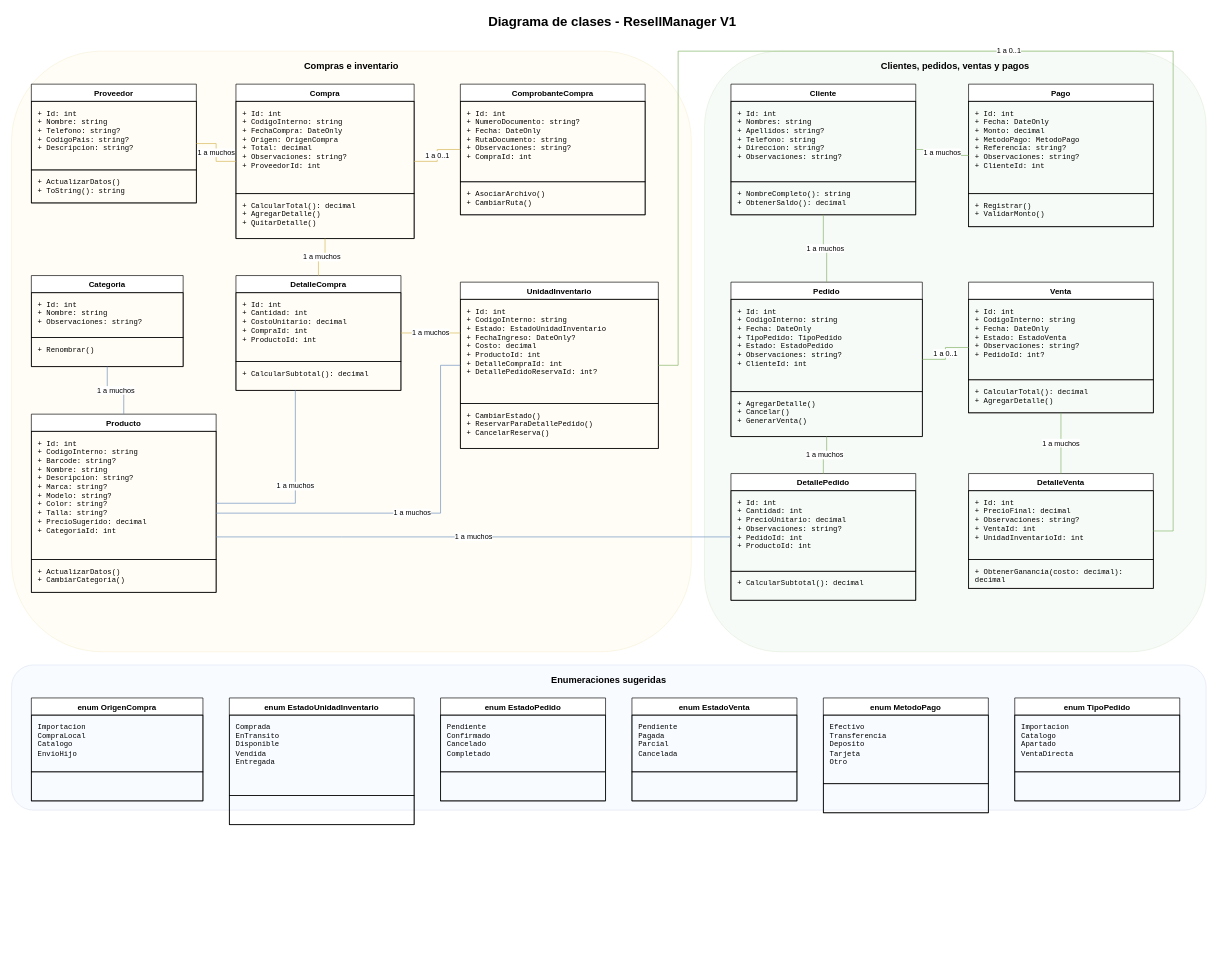
Earlier version of the draw.io diagram docs/diagrams/10_DiagramaDeClases.drawio (newton0608/ResellManager). Source tidied: cells renumbered, new cells numbered last; positions are measured from the earlier drawing's top-left corner, leaving out a move shared by most shapes. Both pictures are drawn from the tidied source at 66%, with x=0, y=0 at pixel (11, 11).
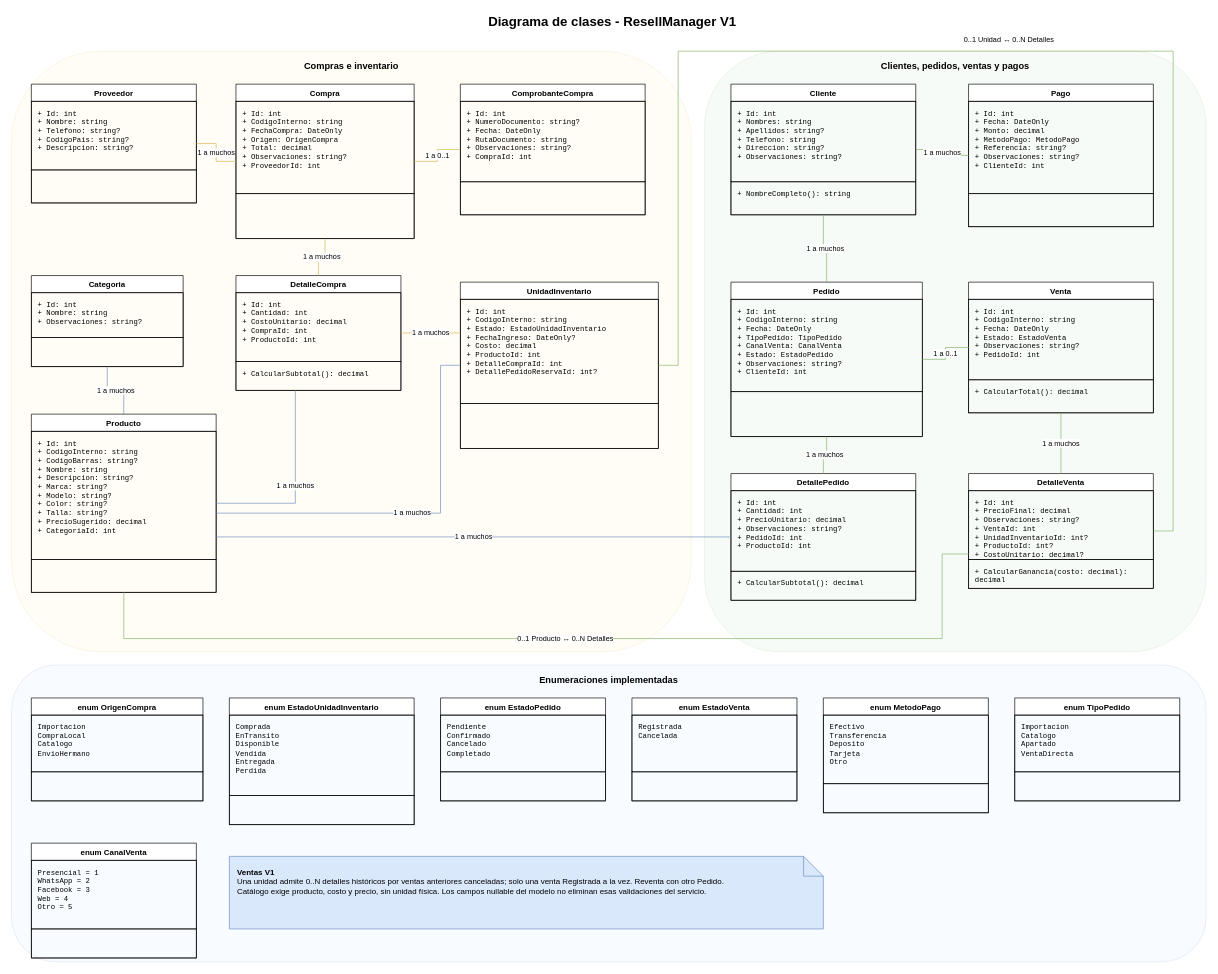
After the change.

The change refers to these unchanged cells:
```xml
<mxCell id="6" value="Proveedor" style="swimlane;fontStyle=1;align=center;verticalAlign=top;horizontal=1;startSize=26;whiteSpace=wrap;html=1;" parent="1" vertex="1">
  <mxGeometry x="30" y="110" width="250" height="180" as="geometry" />
</mxCell>
<mxCell id="9" value="Compra" style="swimlane;fontStyle=1;align=center;verticalAlign=top;horizontal=1;startSize=26;whiteSpace=wrap;html=1;" parent="1" vertex="1">
  <mxGeometry x="340" y="110" width="270" height="234" as="geometry" />
</mxCell>
<mxCell id="12" value="ComprobanteCompra" style="swimlane;fontStyle=1;align=center;verticalAlign=top;horizontal=1;startSize=26;whiteSpace=wrap;html=1;" parent="1" vertex="1">
  <mxGeometry x="680" y="110" width="280" height="198" as="geometry" />
</mxCell>
<mxCell id="18" value="Categoria" style="swimlane;fontStyle=1;align=center;verticalAlign=top;horizontal=1;startSize=26;whiteSpace=wrap;html=1;" parent="1" vertex="1">
  <mxGeometry x="30" y="400" width="230" height="138" as="geometry" />
</mxCell>
<mxCell id="21" value="Producto" style="swimlane;fontStyle=1;align=center;verticalAlign=top;horizontal=1;startSize=26;whiteSpace=wrap;html=1;" parent="1" vertex="1">
  <mxGeometry x="30" y="610" width="280" height="270" as="geometry" />
</mxCell>
<mxCell id="24" value="UnidadInventario" style="swimlane;fontStyle=1;align=center;verticalAlign=top;horizontal=1;startSize=26;whiteSpace=wrap;html=1;" parent="1" vertex="1">
  <mxGeometry x="680" y="410" width="300" height="252" as="geometry" />
</mxCell>
<mxCell id="27" value="Cliente" style="swimlane;fontStyle=1;align=center;verticalAlign=top;horizontal=1;startSize=26;whiteSpace=wrap;html=1;" parent="1" vertex="1">
  <mxGeometry x="1090" y="110" width="280" height="198" as="geometry" />
</mxCell>
<mxCell id="30" value="Pago" style="swimlane;fontStyle=1;align=center;verticalAlign=top;horizontal=1;startSize=26;whiteSpace=wrap;html=1;" parent="1" vertex="1">
  <mxGeometry x="1450" y="110" width="280" height="216" as="geometry" />
</mxCell>
<mxCell id="33" value="Pedido" style="swimlane;fontStyle=1;align=center;verticalAlign=top;horizontal=1;startSize=26;whiteSpace=wrap;html=1;" parent="1" vertex="1">
  <mxGeometry x="1090" y="410" width="290" height="234" as="geometry" />
</mxCell>
<mxCell id="36" value="Venta" style="swimlane;fontStyle=1;align=center;verticalAlign=top;horizontal=1;startSize=26;whiteSpace=wrap;html=1;" parent="1" vertex="1">
  <mxGeometry x="1450" y="410" width="280" height="198" as="geometry" />
</mxCell>
<mxCell id="42" value="DetalleVenta" style="swimlane;fontStyle=1;align=center;verticalAlign=top;horizontal=1;startSize=26;whiteSpace=wrap;html=1;" parent="1" vertex="1">
  <mxGeometry x="1450" y="700" width="280" height="174" as="geometry" />
</mxCell>
<mxCell id="45" value="enum OrigenCompra" style="swimlane;fontStyle=1;align=center;verticalAlign=top;horizontal=1;startSize=26;whiteSpace=wrap;html=1;" parent="1" vertex="1">
  <mxGeometry x="30" y="1040" width="260" height="156" as="geometry" />
</mxCell>
<mxCell id="48" value="enum EstadoUnidadInventario" style="swimlane;fontStyle=1;align=center;verticalAlign=top;horizontal=1;startSize=26;whiteSpace=wrap;html=1;" parent="1" vertex="1">
  <mxGeometry x="330" y="1040" width="280" height="192" as="geometry" />
</mxCell>
<mxCell id="54" value="enum EstadoVenta" style="swimlane;fontStyle=1;align=center;verticalAlign=top;horizontal=1;startSize=26;whiteSpace=wrap;html=1;" parent="1" vertex="1">
  <mxGeometry x="940" y="1040" width="250" height="156" as="geometry" />
</mxCell>
```

What changed in the source:
```diff
@@
-    <mxCell id="5" value="Enumeraciones sugeridas" style="rounded=1;whiteSpace=wrap;html=1;fillColor=#dae8fc;strokeColor=#6c8ebf;fontStyle=1;fontSize=14;verticalAlign=top;spacingTop=8;opacity=20;fontFamily=Arial;" parent="1" vertex="1">
-      <mxGeometry y="990" width="1810" height="220" as="geometry" />
+    <mxCell id="5" value="Enumeraciones implementadas" style="rounded=1;whiteSpace=wrap;html=1;fillColor=#dae8fc;strokeColor=#6c8ebf;fontStyle=1;fontSize=14;verticalAlign=top;spacingTop=8;opacity=20;fontFamily=Arial;" parent="1" vertex="1">
+      <mxGeometry y="990" width="1810" height="450" as="geometry" />
     </mxCell>
@@
-    <mxCell id="8" value="+ ActualizarDatos()&#10;+ ToString(): string" style="text;strokeColor=#000000;fillColor=none;align=left;verticalAlign=top;spacingLeft=8;spacingTop=6;whiteSpace=wrap;html=0;fontSize=11;fontFamily=Consolas;" parent="6" vertex="1">
+    <mxCell id="8" value=" " style="text;strokeColor=#000000;fillColor=none;align=left;verticalAlign=top;spacingLeft=8;spacingTop=6;whiteSpace=wrap;html=0;fontSize=11;fontFamily=Consolas;" parent="6" vertex="1">
       <mxGeometry y="130" width="250" height="50" as="geometry" />
     </mxCell>
@@
-    <mxCell id="11" value="+ CalcularTotal(): decimal&#10;+ AgregarDetalle()&#10;+ QuitarDetalle()" style="text;strokeColor=#000000;fillColor=none;align=left;verticalAlign=top;spacingLeft=8;spacingTop=6;whiteSpace=wrap;html=0;fontSize=11;fontFamily=Consolas;" parent="9" vertex="1">
+    <mxCell id="11" value=" " style="text;strokeColor=#000000;fillColor=none;align=left;verticalAlign=top;spacingLeft=8;spacingTop=6;whiteSpace=wrap;html=0;fontSize=11;fontFamily=Consolas;" parent="9" vertex="1">
       <mxGeometry y="166" width="270" height="68" as="geometry" />
     </mxCell>
@@
-    <mxCell id="14" value="+ AsociarArchivo()&#10;+ CambiarRuta()" style="text;strokeColor=#000000;fillColor=none;align=left;verticalAlign=top;spacingLeft=8;spacingTop=6;whiteSpace=wrap;html=0;fontSize=11;fontFamily=Consolas;" parent="12" vertex="1">
+    <mxCell id="14" value=" " style="text;strokeColor=#000000;fillColor=none;align=left;verticalAlign=top;spacingLeft=8;spacingTop=6;whiteSpace=wrap;html=0;fontSize=11;fontFamily=Consolas;" parent="12" vertex="1">
       <mxGeometry y="148" width="280" height="50" as="geometry" />
     </mxCell>
@@
-    <mxCell id="20" value="+ Renombrar()" style="text;strokeColor=#000000;fillColor=none;align=left;verticalAlign=top;spacingLeft=8;spacingTop=6;whiteSpace=wrap;html=0;fontSize=11;fontFamily=Consolas;" parent="18" vertex="1">
+    <mxCell id="20" value=" " style="text;strokeColor=#000000;fillColor=none;align=left;verticalAlign=top;spacingLeft=8;spacingTop=6;whiteSpace=wrap;html=0;fontSize=11;fontFamily=Consolas;" parent="18" vertex="1">
       <mxGeometry y="94" width="230" height="44" as="geometry" />
     </mxCell>
@@
-    <mxCell id="22" value="+ Id: int&#10;+ CodigoInterno: string&#10;+ Barcode: string?&#10;+ Nombre: string&#10;+ Descripcion: string?&#10;+ Marca: string?&#10;+ Modelo: string?&#10;+ Color: string?&#10;+ Talla: string?&#10;+ PrecioSugerido: decimal&#10;+ CategoriaId: int" style="text;strokeColor=#000000;fillColor=none;align=left;verticalAlign=top;spacingLeft=8;spacingTop=6;whiteSpace=wrap;html=0;fontSize=11;fontFamily=Consolas;" parent="21" vertex="1">
+    <mxCell id="22" value="+ Id: int&#10;+ CodigoInterno: string&#10;+ CodigoBarras: string?&#10;+ Nombre: string&#10;+ Descripcion: string?&#10;+ Marca: string?&#10;+ Modelo: string?&#10;+ Color: string?&#10;+ Talla: string?&#10;+ PrecioSugerido: decimal&#10;+ CategoriaId: int" style="text;strokeColor=#000000;fillColor=none;align=left;verticalAlign=top;spacingLeft=8;spacingTop=6;whiteSpace=wrap;html=0;fontSize=11;fontFamily=Consolas;" parent="21" vertex="1">
       <mxGeometry y="26" width="280" height="194" as="geometry" />
     </mxCell>
-    <mxCell id="23" value="+ ActualizarDatos()&#10;+ CambiarCategoria()" style="text;strokeColor=#000000;fillColor=none;align=left;verticalAlign=top;spacingLeft=8;spacingTop=6;whiteSpace=wrap;html=0;fontSize=11;fontFamily=Consolas;" parent="21" vertex="1">
+    <mxCell id="23" value=" " style="text;strokeColor=#000000;fillColor=none;align=left;verticalAlign=top;spacingLeft=8;spacingTop=6;whiteSpace=wrap;html=0;fontSize=11;fontFamily=Consolas;" parent="21" vertex="1">
       <mxGeometry y="220" width="280" height="50" as="geometry" />
     </mxCell>
@@
-    <mxCell id="26" value="+ CambiarEstado()&#10;+ ReservarParaDetallePedido()&#10;+ CancelarReserva()" style="text;strokeColor=#000000;fillColor=none;align=left;verticalAlign=top;spacingLeft=8;spacingTop=6;whiteSpace=wrap;html=0;fontSize=11;fontFamily=Consolas;" parent="24" vertex="1">
+    <mxCell id="26" value=" " style="text;strokeColor=#000000;fillColor=none;align=left;verticalAlign=top;spacingLeft=8;spacingTop=6;whiteSpace=wrap;html=0;fontSize=11;fontFamily=Consolas;" parent="24" vertex="1">
       <mxGeometry y="184" width="300" height="68" as="geometry" />
     </mxCell>
@@
-    <mxCell id="29" value="+ NombreCompleto(): string&#10;+ ObtenerSaldo(): decimal" style="text;strokeColor=#000000;fillColor=none;align=left;verticalAlign=top;spacingLeft=8;spacingTop=6;whiteSpace=wrap;html=0;fontSize=11;fontFamily=Consolas;" parent="27" vertex="1">
+    <mxCell id="29" value="+ NombreCompleto(): string" style="text;strokeColor=#000000;fillColor=none;align=left;verticalAlign=top;spacingLeft=8;spacingTop=6;whiteSpace=wrap;html=0;fontSize=11;fontFamily=Consolas;" parent="27" vertex="1">
       <mxGeometry y="148" width="280" height="50" as="geometry" />
     </mxCell>
@@
-    <mxCell id="32" value="+ Registrar()&#10;+ ValidarMonto()" style="text;strokeColor=#000000;fillColor=none;align=left;verticalAlign=top;spacingLeft=8;spacingTop=6;whiteSpace=wrap;html=0;fontSize=11;fontFamily=Consolas;" parent="30" vertex="1">
+    <mxCell id="32" value=" " style="text;strokeColor=#000000;fillColor=none;align=left;verticalAlign=top;spacingLeft=8;spacingTop=6;whiteSpace=wrap;html=0;fontSize=11;fontFamily=Consolas;" parent="30" vertex="1">
       <mxGeometry y="166" width="280" height="50" as="geometry" />
     </mxCell>
@@
-    <mxCell id="34" value="+ Id: int&#10;+ CodigoInterno: string&#10;+ Fecha: DateOnly&#10;+ TipoPedido: TipoPedido&#10;+ Estado: EstadoPedido&#10;+ Observaciones: string?&#10;+ ClienteId: int" style="text;strokeColor=#000000;fillColor=none;align=left;verticalAlign=top;spacingLeft=8;spacingTop=6;whiteSpace=wrap;html=0;fontSize=11;fontFamily=Consolas;" parent="33" vertex="1">
+    <mxCell id="34" value="+ Id: int&#10;+ CodigoInterno: string&#10;+ Fecha: DateOnly&#10;+ TipoPedido: TipoPedido&#10;+ CanalVenta: CanalVenta&#10;+ Estado: EstadoPedido&#10;+ Observaciones: string?&#10;+ ClienteId: int" style="text;strokeColor=#000000;fillColor=none;align=left;verticalAlign=top;spacingLeft=8;spacingTop=6;whiteSpace=wrap;html=0;fontSize=11;fontFamily=Consolas;" parent="33" vertex="1">
       <mxGeometry y="26" width="290" height="140" as="geometry" />
     </mxCell>
-    <mxCell id="35" value="+ AgregarDetalle()&#10;+ Cancelar()&#10;+ GenerarVenta()" style="text;strokeColor=#000000;fillColor=none;align=left;verticalAlign=top;spacingLeft=8;spacingTop=6;whiteSpace=wrap;html=0;fontSize=11;fontFamily=Consolas;" parent="33" vertex="1">
+    <mxCell id="35" value=" " style="text;strokeColor=#000000;fillColor=none;align=left;verticalAlign=top;spacingLeft=8;spacingTop=6;whiteSpace=wrap;html=0;fontSize=11;fontFamily=Consolas;" parent="33" vertex="1">
       <mxGeometry y="166" width="290" height="68" as="geometry" />
     </mxCell>
@@
-    <mxCell id="37" value="+ Id: int&#10;+ CodigoInterno: string&#10;+ Fecha: DateOnly&#10;+ Estado: EstadoVenta&#10;+ Observaciones: string?&#10;+ PedidoId: int?" style="text;strokeColor=#000000;fillColor=none;align=left;verticalAlign=top;spacingLeft=8;spacingTop=6;whiteSpace=wrap;html=0;fontSize=11;fontFamily=Consolas;" parent="36" vertex="1">
+    <mxCell id="37" value="+ Id: int&#10;+ CodigoInterno: string&#10;+ Fecha: DateOnly&#10;+ Estado: EstadoVenta&#10;+ Observaciones: string?&#10;+ PedidoId: int" style="text;strokeColor=#000000;fillColor=none;align=left;verticalAlign=top;spacingLeft=8;spacingTop=6;whiteSpace=wrap;html=0;fontSize=11;fontFamily=Consolas;" parent="36" vertex="1">
       <mxGeometry y="26" width="280" height="122" as="geometry" />
     </mxCell>
-    <mxCell id="38" value="+ CalcularTotal(): decimal&#10;+ AgregarDetalle()" style="text;strokeColor=#000000;fillColor=none;align=left;verticalAlign=top;spacingLeft=8;spacingTop=6;whiteSpace=wrap;html=0;fontSize=11;fontFamily=Consolas;" parent="36" vertex="1">
+    <mxCell id="38" value="+ CalcularTotal(): decimal" style="text;strokeColor=#000000;fillColor=none;align=left;verticalAlign=top;spacingLeft=8;spacingTop=6;whiteSpace=wrap;html=0;fontSize=11;fontFamily=Consolas;" parent="36" vertex="1">
       <mxGeometry y="148" width="280" height="50" as="geometry" />
     </mxCell>
@@
-    <mxCell id="43" value="+ Id: int&#10;+ PrecioFinal: decimal&#10;+ Observaciones: string?&#10;+ VentaId: int&#10;+ UnidadInventarioId: int" style="text;strokeColor=#000000;fillColor=none;align=left;verticalAlign=top;spacingLeft=8;spacingTop=6;whiteSpace=wrap;html=0;fontSize=11;fontFamily=Consolas;" parent="42" vertex="1">
+    <mxCell id="43" value="+ Id: int&#10;+ PrecioFinal: decimal&#10;+ Observaciones: string?&#10;+ VentaId: int&#10;+ UnidadInventarioId: int?&#10;+ ProductoId: int?&#10;+ CostoUnitario: decimal?" style="text;strokeColor=#000000;fillColor=none;align=left;verticalAlign=top;spacingLeft=8;spacingTop=6;whiteSpace=wrap;html=0;fontSize=11;fontFamily=Consolas;" parent="42" vertex="1">
       <mxGeometry y="26" width="280" height="104" as="geometry" />
     </mxCell>
-    <mxCell id="44" value="+ ObtenerGanancia(costo: decimal): decimal" style="text;strokeColor=#000000;fillColor=none;align=left;verticalAlign=top;spacingLeft=8;spacingTop=6;whiteSpace=wrap;html=0;fontSize=11;fontFamily=Consolas;" parent="42" vertex="1">
+    <mxCell id="44" value="+ CalcularGanancia(costo: decimal): decimal" style="text;strokeColor=#000000;fillColor=none;align=left;verticalAlign=top;spacingLeft=8;spacingTop=6;whiteSpace=wrap;html=0;fontSize=11;fontFamily=Consolas;" parent="42" vertex="1">
       <mxGeometry y="130" width="280" height="44" as="geometry" />
     </mxCell>
@@
-    <mxCell id="46" value="Importacion&#10;CompraLocal&#10;Catalogo&#10;EnvioHijo" style="text;strokeColor=#000000;fillColor=none;align=left;verticalAlign=top;spacingLeft=8;spacingTop=6;whiteSpace=wrap;html=0;fontSize=11;fontFamily=Consolas;" parent="45" vertex="1">
+    <mxCell id="46" value="Importacion&#10;CompraLocal&#10;Catalogo&#10;EnvioHermano" style="text;strokeColor=#000000;fillColor=none;align=left;verticalAlign=top;spacingLeft=8;spacingTop=6;whiteSpace=wrap;html=0;fontSize=11;fontFamily=Consolas;" parent="45" vertex="1">
       <mxGeometry y="26" width="260" height="86" as="geometry" />
     </mxCell>
@@
-    <mxCell id="49" value="Comprada&#10;EnTransito&#10;Disponible&#10;Vendida&#10;Entregada" style="text;strokeColor=#000000;fillColor=none;align=left;verticalAlign=top;spacingLeft=8;spacingTop=6;whiteSpace=wrap;html=0;fontSize=11;fontFamily=Consolas;" parent="48" vertex="1">
+    <mxCell id="49" value="Comprada&#10;EnTransito&#10;Disponible&#10;Vendida&#10;Entregada&#10;Perdida" style="text;strokeColor=#000000;fillColor=none;align=left;verticalAlign=top;spacingLeft=8;spacingTop=6;whiteSpace=wrap;html=0;fontSize=11;fontFamily=Consolas;" parent="48" vertex="1">
       <mxGeometry y="26" width="280" height="122" as="geometry" />
     </mxCell>
@@
-    <mxCell id="55" value="Pendiente&#10;Pagada&#10;Parcial&#10;Cancelada" style="text;strokeColor=#000000;fillColor=none;align=left;verticalAlign=top;spacingLeft=8;spacingTop=6;whiteSpace=wrap;html=0;fontSize=11;fontFamily=Consolas;" parent="54" vertex="1">
+    <mxCell id="55" value="Registrada&#10;Cancelada" style="text;strokeColor=#000000;fillColor=none;align=left;verticalAlign=top;spacingLeft=8;spacingTop=6;whiteSpace=wrap;html=0;fontSize=11;fontFamily=Consolas;" parent="54" vertex="1">
       <mxGeometry y="26" width="250" height="86" as="geometry" />
     </mxCell>
@@
-    <mxCell id="76" value="1 a 0..1" style="edgeStyle=orthogonalEdgeStyle;rounded=0;jettySize=auto;html=1;strokeColor=#82b366;fontSize=11;fontFamily=Arial;endArrow=none;endFill=0;" parent="1" edge="1" source="24" target="42">
+    <mxCell id="76" value="0..1 Unidad ↔ 0..N Detalles" style="edgeStyle=orthogonalEdgeStyle;rounded=0;jettySize=auto;html=1;strokeColor=#82b366;fontSize=11;fontFamily=Arial;endArrow=none;endFill=0;" parent="1" edge="1" source="24" target="42">
       <mxGeometry relative="1" as="geometry">
         <Array as="points">
           <mxPoint x="1010" y="536" />
           <mxPoint x="1010" y="60" />
           <mxPoint x="1760" y="60" />
           <mxPoint x="1760" y="787" />
         </Array>
+        <mxPoint y="-18" as="offset" />
       </mxGeometry>
     </mxCell>
+    <mxCell id="77" value="enum CanalVenta" style="swimlane;fontStyle=1;align=center;verticalAlign=top;horizontal=1;startSize=26;whiteSpace=wrap;html=1;" parent="1" vertex="1">
+      <mxGeometry x="30" y="1260" width="250" height="174" as="geometry" />
+    </mxCell>
+    <mxCell id="78" value="Presencial = 1&#10;WhatsApp = 2&#10;Facebook = 3&#10;Web = 4&#10;Otro = 5" style="text;strokeColor=#000000;fillColor=none;align=left;verticalAlign=top;spacingLeft=8;spacingTop=6;whiteSpace=wrap;html=0;fontSize=11;fontFamily=Consolas;" parent="77" vertex="1">
+      <mxGeometry y="26" width="250" height="104" as="geometry" />
+    </mxCell>
+    <mxCell id="79" value=" " style="text;strokeColor=#000000;fillColor=none;align=left;verticalAlign=top;spacingLeft=8;spacingTop=6;whiteSpace=wrap;html=0;fontSize=11;fontFamily=Consolas;" parent="77" vertex="1">
+      <mxGeometry y="130" width="250" height="44" as="geometry" />
+    </mxCell>
+    <mxCell id="80" value="0..1 Producto ↔ 0..N Detalles" style="edgeStyle=orthogonalEdgeStyle;rounded=0;jettySize=auto;html=1;strokeColor=#82b366;fontSize=11;fontFamily=Arial;endArrow=none;endFill=0;exitX=0.5;exitY=1;entryX=0;entryY=0.7;" parent="1" edge="1" source="21" target="42">
+      <mxGeometry relative="1" as="geometry">
+        <Array as="points">
+          <mxPoint x="170" y="950" />
+          <mxPoint x="1410" y="950" />
+          <mxPoint x="1410" y="821.8" />
+        </Array>
+      </mxGeometry>
+    </mxCell>
+    <mxCell id="81" value="&lt;b&gt;Ventas V1&lt;/b&gt;&lt;br&gt;Una unidad admite 0..N detalles históricos por ventas anteriores canceladas; solo una venta Registrada a la vez. Reventa con otro Pedido.&lt;br&gt;Catálogo exige producto, costo y precio, sin unidad física. Los campos nullable del modelo no eliminan esas validaciones del servicio." style="shape=note;whiteSpace=wrap;html=1;fillColor=#dae8fc;strokeColor=#6c8ebf;fontSize=12;fontFamily=Arial;align=left;verticalAlign=top;spacingLeft=10;spacingTop=10;" parent="1" vertex="1">
+      <mxGeometry x="330" y="1280" width="900" height="110" as="geometry" />
+    </mxCell>
```
